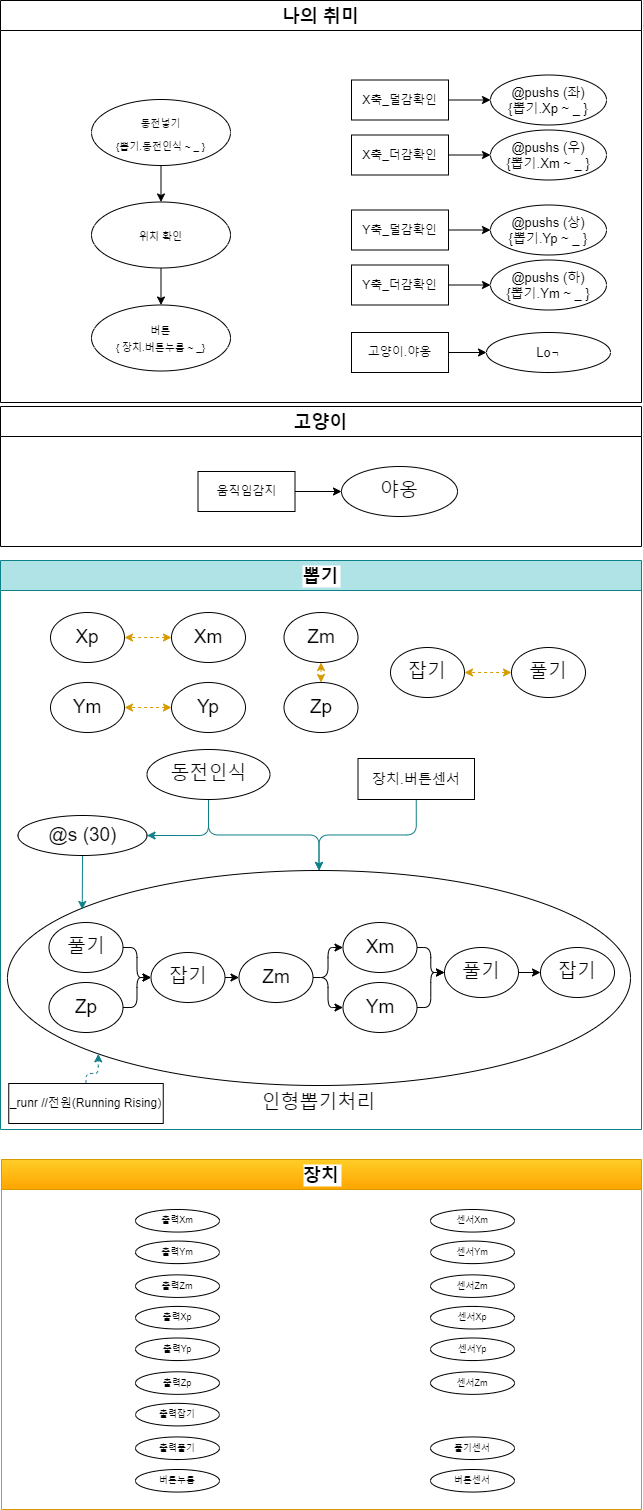
Earlier version of the draw.io export MySystem/png/my4.dio.png (DualsoftDev/ds). Source tidied: cells renumbered, new cells last; positions are measured from the earlier drawing's top-left corner, leaving out a move shared by most shapes.
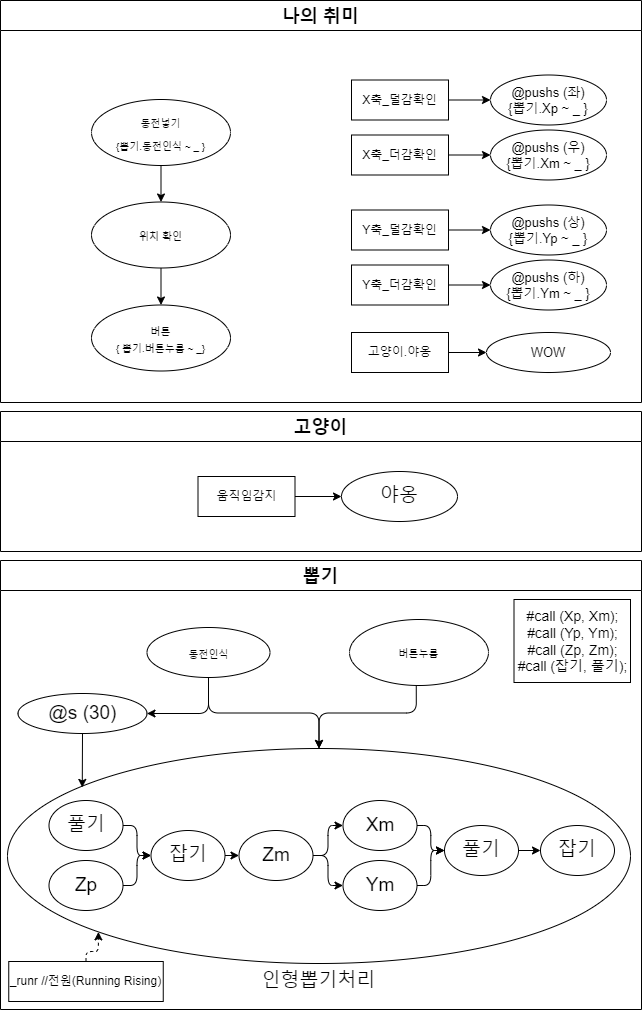
The same diagram one commit later.

What changed in the source:
```diff
@@ -2,65 +2,29 @@
   <root>
     <mxCell id="0" />
     <mxCell id="1" parent="0" />
-    <mxCell id="2" value="뽑기" style="swimlane;labelBackgroundColor=#FFFFFF;fontSize=18;startSize=30;fillColor=#b0e3e6;strokeColor=#0e8088;" parent="1" vertex="1">
-      <mxGeometry y="560" width="641" height="569" as="geometry" />
+    <mxCell id="2" value="뽑기" style="swimlane;labelBackgroundColor=#FFFFFF;fontSize=18;startSize=30;" parent="1" vertex="1">
+      <mxGeometry y="560" width="641" height="449" as="geometry" />
     </mxCell>
-    <mxCell id="3" style="edgeStyle=orthogonalEdgeStyle;html=1;exitX=0;exitY=0.5;exitDx=0;exitDy=0;dashed=1;entryX=1;entryY=0.5;entryDx=0;entryDy=0;startArrow=classic;startFill=1;fillColor=#ffcd28;gradientColor=#ffa500;strokeColor=#d79b00;" parent="2" edge="1" source="4" target="5">
-      <mxGeometry relative="1" as="geometry" />
-    </mxCell>
-    <mxCell id="4" value="Xm" style="ellipse;whiteSpace=wrap;html=1;labelBackgroundColor=#FFFFFF;fontColor=none;fontSize=19;" parent="2" vertex="1">
-      <mxGeometry x="171" y="52" width="74" height="50" as="geometry" />
-    </mxCell>
-    <mxCell id="5" value="Xp" style="ellipse;whiteSpace=wrap;html=1;labelBackgroundColor=#FFFFFF;fontColor=none;fontSize=19;" parent="2" vertex="1">
-      <mxGeometry x="50" y="52" width="74" height="50" as="geometry" />
-    </mxCell>
-    <mxCell id="6" style="edgeStyle=none;html=1;exitX=0.5;exitY=1;exitDx=0;exitDy=0;entryX=0.5;entryY=0;entryDx=0;entryDy=0;startArrow=classic;startFill=1;dashed=1;fillColor=#ffcd28;gradientColor=#ffa500;strokeColor=#d79b00;" parent="2" edge="1" source="7" target="8">
-      <mxGeometry relative="1" as="geometry" />
-    </mxCell>
-    <mxCell id="7" value="Zm" style="ellipse;whiteSpace=wrap;html=1;labelBackgroundColor=#FFFFFF;fontColor=none;fontSize=19;" parent="2" vertex="1">
-      <mxGeometry x="283.5" y="52" width="74" height="50" as="geometry" />
-    </mxCell>
-    <mxCell id="8" value="Zp" style="ellipse;whiteSpace=wrap;html=1;labelBackgroundColor=#FFFFFF;fontColor=none;fontSize=19;" parent="2" vertex="1">
-      <mxGeometry x="283.5" y="122" width="74" height="50" as="geometry" />
-    </mxCell>
     <mxCell id="9" value="인형뽑기처리" style="ellipse;whiteSpace=wrap;html=1;labelBackgroundColor=#FFFFFF;fontColor=none;fontSize=19;labelPosition=center;verticalLabelPosition=bottom;align=center;verticalAlign=top;" parent="2" vertex="1">
-      <mxGeometry x="7" y="310" width="623" height="215" as="geometry" />
+      <mxGeometry x="7" y="188" width="623" height="215" as="geometry" />
     </mxCell>
-    <mxCell id="10" value="풀기" style="ellipse;whiteSpace=wrap;html=1;labelBackgroundColor=#FFFFFF;fontColor=none;fontSize=19;" parent="2" vertex="1">
-      <mxGeometry x="511" y="87" width="74" height="50" as="geometry" />
-    </mxCell>
-    <mxCell id="11" value="잡기" style="ellipse;whiteSpace=wrap;html=1;labelBackgroundColor=#FFFFFF;fontColor=none;fontSize=19;" parent="2" vertex="1">
-      <mxGeometry x="390" y="87" width="74" height="50" as="geometry" />
-    </mxCell>
-    <mxCell id="12" style="edgeStyle=orthogonalEdgeStyle;html=1;exitX=0;exitY=0.5;exitDx=0;exitDy=0;dashed=1;entryX=1;entryY=0.5;entryDx=0;entryDy=0;startArrow=classic;startFill=1;fillColor=#ffcd28;gradientColor=#ffa500;strokeColor=#d79b00;" parent="2" edge="1" source="10" target="11">
-      <mxGeometry relative="1" as="geometry" />
-    </mxCell>
-    <mxCell id="13" value="Yp" style="ellipse;whiteSpace=wrap;html=1;labelBackgroundColor=#FFFFFF;fontColor=none;fontSize=19;" parent="2" vertex="1">
-      <mxGeometry x="171" y="122" width="74" height="50" as="geometry" />
-    </mxCell>
-    <mxCell id="14" value="Ym" style="ellipse;whiteSpace=wrap;html=1;labelBackgroundColor=#FFFFFF;fontColor=none;fontSize=19;" parent="2" vertex="1">
-      <mxGeometry x="50" y="122" width="74" height="50" as="geometry" />
-    </mxCell>
-    <mxCell id="15" style="edgeStyle=orthogonalEdgeStyle;html=1;exitX=0;exitY=0.5;exitDx=0;exitDy=0;dashed=1;entryX=1;entryY=0.5;entryDx=0;entryDy=0;startArrow=classic;startFill=1;fillColor=#ffcd28;gradientColor=#ffa500;strokeColor=#d79b00;" parent="2" edge="1" source="13" target="14">
-      <mxGeometry relative="1" as="geometry" />
-    </mxCell>
     <mxCell id="16" style="edgeStyle=orthogonalEdgeStyle;html=1;exitX=1;exitY=0.5;exitDx=0;exitDy=0;entryX=0;entryY=0.5;entryDx=0;entryDy=0;startArrow=none;startFill=0;" parent="2" edge="1" source="17" target="21">
       <mxGeometry relative="1" as="geometry" />
     </mxCell>
     <mxCell id="17" value="풀기" style="ellipse;whiteSpace=wrap;html=1;labelBackgroundColor=#FFFFFF;fontColor=none;fontSize=19;" parent="2" vertex="1">
-      <mxGeometry x="48.5" y="362" width="74" height="50" as="geometry" />
+      <mxGeometry x="48.5" y="240" width="74" height="50" as="geometry" />
     </mxCell>
     <mxCell id="18" style="edgeStyle=orthogonalEdgeStyle;html=1;exitX=1;exitY=0.5;exitDx=0;exitDy=0;entryX=0;entryY=0.5;entryDx=0;entryDy=0;startArrow=none;startFill=0;" parent="2" edge="1" source="19" target="21">
       <mxGeometry relative="1" as="geometry" />
     </mxCell>
     <mxCell id="19" value="Zp" style="ellipse;whiteSpace=wrap;html=1;labelBackgroundColor=#FFFFFF;fontColor=none;fontSize=19;" parent="2" vertex="1">
-      <mxGeometry x="48.5" y="422" width="74" height="50" as="geometry" />
+      <mxGeometry x="48.5" y="300" width="74" height="50" as="geometry" />
     </mxCell>
     <mxCell id="20" style="edgeStyle=orthogonalEdgeStyle;html=1;exitX=1;exitY=0.5;exitDx=0;exitDy=0;entryX=0;entryY=0.5;entryDx=0;entryDy=0;startArrow=none;startFill=0;" parent="2" edge="1" source="21" target="24">
       <mxGeometry relative="1" as="geometry" />
     </mxCell>
     <mxCell id="21" value="잡기" style="ellipse;whiteSpace=wrap;html=1;labelBackgroundColor=#FFFFFF;fontColor=none;fontSize=19;" parent="2" vertex="1">
-      <mxGeometry x="150.5" y="392" width="74" height="50" as="geometry" />
+      <mxGeometry x="150.5" y="270" width="74" height="50" as="geometry" />
     </mxCell>
     <mxCell id="22" style="edgeStyle=orthogonalEdgeStyle;html=1;exitX=1;exitY=0.5;exitDx=0;exitDy=0;entryX=0;entryY=0.5;entryDx=0;entryDy=0;startArrow=none;startFill=0;" parent="2" edge="1" source="24" target="26">
       <mxGeometry relative="1" as="geometry" />
@@ -69,56 +33,61 @@
       <mxGeometry relative="1" as="geometry" />
     </mxCell>
     <mxCell id="24" value="Zm" style="ellipse;whiteSpace=wrap;html=1;labelBackgroundColor=#FFFFFF;fontColor=none;fontSize=19;" parent="2" vertex="1">
-      <mxGeometry x="238.5" y="392" width="74" height="50" as="geometry" />
+      <mxGeometry x="238.5" y="270" width="74" height="50" as="geometry" />
     </mxCell>
     <mxCell id="25" style="edgeStyle=orthogonalEdgeStyle;html=1;exitX=1;exitY=0.5;exitDx=0;exitDy=0;entryX=0;entryY=0.5;entryDx=0;entryDy=0;startArrow=none;startFill=0;" parent="2" edge="1" source="26" target="30">
       <mxGeometry relative="1" as="geometry" />
     </mxCell>
     <mxCell id="26" value="Xm" style="ellipse;whiteSpace=wrap;html=1;labelBackgroundColor=#FFFFFF;fontColor=none;fontSize=19;" parent="2" vertex="1">
-      <mxGeometry x="342.5" y="362" width="74" height="50" as="geometry" />
+      <mxGeometry x="342.5" y="240" width="74" height="50" as="geometry" />
     </mxCell>
     <mxCell id="27" style="edgeStyle=orthogonalEdgeStyle;html=1;exitX=1;exitY=0.5;exitDx=0;exitDy=0;entryX=0;entryY=0.5;entryDx=0;entryDy=0;startArrow=none;startFill=0;" parent="2" edge="1" source="28" target="30">
       <mxGeometry relative="1" as="geometry" />
     </mxCell>
     <mxCell id="28" value="Ym" style="ellipse;whiteSpace=wrap;html=1;labelBackgroundColor=#FFFFFF;fontColor=none;fontSize=19;" parent="2" vertex="1">
-      <mxGeometry x="342.5" y="422" width="74" height="50" as="geometry" />
+      <mxGeometry x="342.5" y="300" width="74" height="50" as="geometry" />
     </mxCell>
     <mxCell id="29" style="edgeStyle=orthogonalEdgeStyle;html=1;exitX=1;exitY=0.5;exitDx=0;exitDy=0;entryX=0;entryY=0.5;entryDx=0;entryDy=0;startArrow=none;startFill=0;" parent="2" edge="1" source="30" target="31">
       <mxGeometry relative="1" as="geometry" />
     </mxCell>
     <mxCell id="30" value="풀기" style="ellipse;whiteSpace=wrap;html=1;labelBackgroundColor=#FFFFFF;fontColor=none;fontSize=19;" parent="2" vertex="1">
-      <mxGeometry x="444" y="387" width="74" height="50" as="geometry" />
+      <mxGeometry x="444" y="265" width="74" height="50" as="geometry" />
     </mxCell>
     <mxCell id="31" value="잡기" style="ellipse;whiteSpace=wrap;html=1;labelBackgroundColor=#FFFFFF;fontColor=none;fontSize=19;" parent="2" vertex="1">
-      <mxGeometry x="540" y="387" width="74" height="50" as="geometry" />
+      <mxGeometry x="540" y="265" width="74" height="50" as="geometry" />
     </mxCell>
-    <mxCell id="32" style="edgeStyle=orthogonalEdgeStyle;html=1;exitX=0.5;exitY=0;exitDx=0;exitDy=0;entryX=0;entryY=1;entryDx=0;entryDy=0;startArrow=none;startFill=0;dashed=1;fillColor=#b0e3e6;strokeColor=#0e8088;" parent="2" edge="1" source="33" target="9">
+    <mxCell id="32" style="edgeStyle=orthogonalEdgeStyle;html=1;exitX=0.5;exitY=0;exitDx=0;exitDy=0;entryX=0;entryY=1;entryDx=0;entryDy=0;startArrow=none;startFill=0;dashed=1;" parent="2" edge="1" source="33" target="9">
       <mxGeometry relative="1" as="geometry" />
     </mxCell>
     <mxCell id="33" value="_runr //전원(Running Rising)" style="rounded=0;whiteSpace=wrap;html=1;" parent="2" vertex="1">
-      <mxGeometry x="8.2" y="523" width="154.5" height="40" as="geometry" />
+      <mxGeometry x="8.2" y="401" width="154.5" height="40" as="geometry" />
     </mxCell>
-    <mxCell id="34" style="edgeStyle=orthogonalEdgeStyle;html=1;exitX=0.5;exitY=1;exitDx=0;exitDy=0;entryX=0.5;entryY=0;entryDx=0;entryDy=0;fontSize=14;fillColor=#b0e3e6;strokeColor=#0e8088;" parent="2" edge="1" source="40" target="9">
-      <mxGeometry relative="1" as="geometry" />
+    <mxCell id="34" style="edgeStyle=orthogonalEdgeStyle;html=1;exitX=0.5;exitY=1;exitDx=0;exitDy=0;entryX=0.5;entryY=0;entryDx=0;entryDy=0;fontSize=14;" parent="2" edge="1" target="9">
+      <mxGeometry relative="1" as="geometry">
+        <mxPoint x="415.8" y="117" as="sourcePoint" />
+      </mxGeometry>
     </mxCell>
-    <mxCell id="35" style="edgeStyle=none;html=1;exitX=0.5;exitY=1;exitDx=0;exitDy=0;entryX=0.12;entryY=0.181;entryDx=0;entryDy=0;fontSize=14;fillColor=#b0e3e6;strokeColor=#0e8088;entryPerimeter=0;" parent="2" edge="1" source="36" target="9">
+    <mxCell id="35" style="edgeStyle=none;html=1;exitX=0.5;exitY=1;exitDx=0;exitDy=0;entryX=0.12;entryY=0.181;entryDx=0;entryDy=0;fontSize=14;entryPerimeter=0;" parent="2" edge="1" source="36" target="9">
       <mxGeometry relative="1" as="geometry" />
     </mxCell>
     <mxCell id="36" value="@s (30)" style="ellipse;whiteSpace=wrap;html=1;labelBackgroundColor=#FFFFFF;fontColor=none;fontSize=19;" parent="2" vertex="1">
-      <mxGeometry x="17.5" y="255" width="129" height="40" as="geometry" />
+      <mxGeometry x="17.5" y="133" width="129" height="40" as="geometry" />
     </mxCell>
-    <mxCell id="37" style="edgeStyle=orthogonalEdgeStyle;html=1;exitX=0.5;exitY=1;exitDx=0;exitDy=0;entryX=0.5;entryY=0;entryDx=0;entryDy=0;fontSize=14;fillColor=#b0e3e6;strokeColor=#0e8088;" parent="2" edge="1" source="39" target="9">
+    <mxCell id="37" style="edgeStyle=orthogonalEdgeStyle;html=1;exitX=0.5;exitY=1;exitDx=0;exitDy=0;entryX=0.5;entryY=0;entryDx=0;entryDy=0;fontSize=14;" parent="2" edge="1" source="39" target="9">
       <mxGeometry relative="1" as="geometry" />
     </mxCell>
-    <mxCell id="38" style="edgeStyle=orthogonalEdgeStyle;html=1;exitX=0.5;exitY=1;exitDx=0;exitDy=0;fontSize=14;entryX=1;entryY=0.5;entryDx=0;entryDy=0;fillColor=#b0e3e6;strokeColor=#0e8088;" parent="2" edge="1" source="39" target="36">
+    <mxCell id="38" style="edgeStyle=orthogonalEdgeStyle;html=1;exitX=0.5;exitY=1;exitDx=0;exitDy=0;fontSize=14;entryX=1;entryY=0.5;entryDx=0;entryDy=0;" parent="2" edge="1" source="39" target="36">
       <mxGeometry relative="1" as="geometry" />
     </mxCell>
-    <mxCell id="39" value="동전인식" style="ellipse;whiteSpace=wrap;html=1;labelBackgroundColor=#FFFFFF;fontColor=none;fontSize=19;" parent="2" vertex="1">
-      <mxGeometry x="146.5" y="189" width="123" height="50" as="geometry" />
+    <mxCell id="39" value="&lt;span style=&quot;font-size: 10px&quot;&gt;동전인식&lt;/span&gt;" style="ellipse;whiteSpace=wrap;html=1;labelBackgroundColor=#FFFFFF;fontColor=none;fontSize=19;" parent="2" vertex="1">
+      <mxGeometry x="146.5" y="67" width="123" height="50" as="geometry" />
     </mxCell>
-    <mxCell id="40" value="장치.버튼센서" style="rounded=0;whiteSpace=wrap;html=1;fontSize=14;" parent="2" vertex="1">
-      <mxGeometry x="357.5" y="198" width="116.5" height="41" as="geometry" />
-    </mxCell>
+    <mxCell id="85" value="#call (Xp, Xm);&lt;br&gt;#call (Yp, Ym);&lt;br&gt;#call (Zp, Zm);&lt;br&gt;#call (잡기, 풀기);&lt;br&gt;" style="rounded=0;whiteSpace=wrap;html=1;fontSize=14;" parent="2" vertex="1">
+      <mxGeometry x="513.5" y="39" width="116.5" height="83" as="geometry" />
+    </mxCell>
+    <mxCell id="67" value="&lt;span style=&quot;font-size: 10px&quot;&gt;버튼누름&lt;/span&gt;" style="ellipse;whiteSpace=wrap;html=1;labelBackgroundColor=#FFFFFF;fontColor=none;fontSize=14;" parent="2" vertex="1">
+      <mxGeometry x="349" y="59" width="139" height="66" as="geometry" />
+    </mxCell>
     <mxCell id="41" value="나의 취미" style="swimlane;labelBackgroundColor=#FFFFFF;fontColor=none;fontSize=18;startSize=30;" parent="1" vertex="1">
       <mxGeometry width="641" height="402" as="geometry" />
     </mxCell>
@@ -170,7 +139,7 @@
     <mxCell id="57" value="고양이.야옹" style="rounded=0;whiteSpace=wrap;html=1;" parent="41" vertex="1">
       <mxGeometry x="351" y="332" width="97" height="40" as="geometry" />
     </mxCell>
-    <mxCell id="58" value="Lo&lt;font style=&quot;font-size: 9px&quot;&gt;ㄱ&lt;/font&gt;" style="ellipse;whiteSpace=wrap;html=1;labelBackgroundColor=#FFFFFF;fontColor=none;fontSize=13;" parent="41" vertex="1">
+    <mxCell id="58" value="WOW" style="ellipse;whiteSpace=wrap;html=1;labelBackgroundColor=#FFFFFF;fontColor=none;fontSize=13;" parent="41" vertex="1">
       <mxGeometry x="486" y="332" width="124" height="40" as="geometry" />
     </mxCell>
     <mxCell id="59" style="edgeStyle=orthogonalEdgeStyle;html=1;exitX=0.5;exitY=1;exitDx=0;exitDy=0;entryX=0.5;entryY=0;entryDx=0;entryDy=0;fontSize=10;" parent="41" edge="1" source="60" target="55">
@@ -179,11 +148,11 @@
     <mxCell id="60" value="&lt;font style=&quot;font-size: 10px&quot;&gt;동전넣기&lt;br&gt;{뽑기.동전인식 ~ _ }&lt;br&gt;&lt;/font&gt;" style="ellipse;whiteSpace=wrap;html=1;labelBackgroundColor=#FFFFFF;fontColor=none;fontSize=19;" parent="41" vertex="1">
       <mxGeometry x="91" y="99" width="139" height="66" as="geometry" />
     </mxCell>
-    <mxCell id="61" value="&lt;font style=&quot;font-size: 10px&quot;&gt;버튼&lt;br&gt;{ 장치.버튼누름 ~ _}&lt;/font&gt;" style="ellipse;whiteSpace=wrap;html=1;labelBackgroundColor=#FFFFFF;fontColor=none;fontSize=14;" parent="41" vertex="1">
+    <mxCell id="61" value="&lt;font style=&quot;font-size: 10px&quot;&gt;버튼&lt;br&gt;{ 뽑기.버튼누름 ~ _}&lt;/font&gt;" style="ellipse;whiteSpace=wrap;html=1;labelBackgroundColor=#FFFFFF;fontColor=none;fontSize=14;" parent="41" vertex="1">
       <mxGeometry x="91" y="304.5" width="139" height="66" as="geometry" />
     </mxCell>
     <mxCell id="62" value="고양이" style="swimlane;labelBackgroundColor=#FFFFFF;fontColor=none;fontSize=18;startSize=30;" parent="1" vertex="1">
-      <mxGeometry y="406" width="641" height="140" as="geometry" />
+      <mxGeometry y="411" width="641" height="140" as="geometry" />
     </mxCell>
     <mxCell id="63" value="움직임감지" style="rounded=0;whiteSpace=wrap;html=1;" parent="62" vertex="1">
       <mxGeometry x="197.5" y="65" width="97" height="40" as="geometry" />
@@ -194,62 +163,5 @@
     <mxCell id="65" style="edgeStyle=orthogonalEdgeStyle;html=1;exitX=1;exitY=0.5;exitDx=0;exitDy=0;startArrow=none;startFill=0;" parent="62" edge="1" source="63" target="64">
       <mxGeometry relative="1" as="geometry" />
     </mxCell>
-    <mxCell id="66" value="장치" style="swimlane;labelBackgroundColor=#FFFFFF;fontSize=18;startSize=30;fillColor=#ffcd28;strokeColor=#d79b00;gradientColor=#ffa500;" parent="1" vertex="1">
-      <mxGeometry x="1" y="1159" width="640" height="350" as="geometry" />
-    </mxCell>
-    <mxCell id="67" value="버튼누름" style="ellipse;whiteSpace=wrap;html=1;labelBackgroundColor=#FFFFFF;fontColor=none;fontSize=9;" parent="66" vertex="1">
-      <mxGeometry x="134" y="310" width="84" height="22.5" as="geometry" />
-    </mxCell>
-    <mxCell id="68" value="버튼센서" style="ellipse;whiteSpace=wrap;html=1;labelBackgroundColor=#FFFFFF;fontColor=none;fontSize=9;" parent="66" vertex="1">
-      <mxGeometry x="429" y="310" width="84" height="22.5" as="geometry" />
-    </mxCell>
-    <mxCell id="69" style="group;" parent="1" vertex="1">
-      <mxGeometry x="135" y="1209" width="379" height="250" as="geometry" />
-    </mxCell>
-    <mxCell id="70" value="출력Xp" style="ellipse;whiteSpace=wrap;html=1;labelBackgroundColor=#FFFFFF;fontColor=none;fontSize=9;" parent="69" vertex="1">
-      <mxGeometry y="96.9" width="84" height="22.5" as="geometry" />
-    </mxCell>
-    <mxCell id="71" value="출력Xm" style="ellipse;whiteSpace=wrap;html=1;labelBackgroundColor=#FFFFFF;fontColor=none;fontSize=9;" parent="69" vertex="1">
-      <mxGeometry width="84" height="22.5" as="geometry" />
-    </mxCell>
-    <mxCell id="72" value="출력Zm" style="ellipse;whiteSpace=wrap;html=1;labelBackgroundColor=#FFFFFF;fontColor=none;fontSize=9;" parent="69" vertex="1">
-      <mxGeometry y="65.4" width="84" height="22.5" as="geometry" />
-    </mxCell>
-    <mxCell id="73" value="출력Zp" style="ellipse;whiteSpace=wrap;html=1;labelBackgroundColor=#FFFFFF;fontColor=none;fontSize=9;" parent="69" vertex="1">
-      <mxGeometry y="162.3" width="84" height="22.5" as="geometry" />
-    </mxCell>
-    <mxCell id="74" value="출력풀기" style="ellipse;whiteSpace=wrap;html=1;labelBackgroundColor=#FFFFFF;fontColor=none;fontSize=9;" parent="69" vertex="1">
-      <mxGeometry y="227.5" width="84" height="22.5" as="geometry" />
-    </mxCell>
-    <mxCell id="75" value="출력잡기" style="ellipse;whiteSpace=wrap;html=1;labelBackgroundColor=#FFFFFF;fontColor=none;fontSize=9;" parent="69" vertex="1">
-      <mxGeometry y="193.9" width="84" height="22.5" as="geometry" />
-    </mxCell>
-    <mxCell id="76" value="출력Yp" style="ellipse;whiteSpace=wrap;html=1;labelBackgroundColor=#FFFFFF;fontColor=none;fontSize=9;" parent="69" vertex="1">
-      <mxGeometry y="128.5" width="84" height="22.5" as="geometry" />
-    </mxCell>
-    <mxCell id="77" value="출력Ym" style="ellipse;whiteSpace=wrap;html=1;labelBackgroundColor=#FFFFFF;fontColor=none;fontSize=9;" parent="69" vertex="1">
-      <mxGeometry y="31.6" width="84" height="22.5" as="geometry" />
-    </mxCell>
-    <mxCell id="78" value="센서Xp" style="ellipse;whiteSpace=wrap;html=1;labelBackgroundColor=#FFFFFF;fontColor=none;fontSize=9;" parent="69" vertex="1">
-      <mxGeometry x="295" y="96.9" width="84" height="22.5" as="geometry" />
-    </mxCell>
-    <mxCell id="79" value="센서Xm" style="ellipse;whiteSpace=wrap;html=1;labelBackgroundColor=#FFFFFF;fontColor=none;fontSize=9;" parent="69" vertex="1">
-      <mxGeometry x="295" width="84" height="22.5" as="geometry" />
-    </mxCell>
-    <mxCell id="80" value="센서Zm" style="ellipse;whiteSpace=wrap;html=1;labelBackgroundColor=#FFFFFF;fontColor=none;fontSize=9;" parent="69" vertex="1">
-      <mxGeometry x="295" y="65.4" width="84" height="22.5" as="geometry" />
-    </mxCell>
-    <mxCell id="81" value="센서Zm" style="ellipse;whiteSpace=wrap;html=1;labelBackgroundColor=#FFFFFF;fontColor=none;fontSize=9;" parent="69" vertex="1">
-      <mxGeometry x="295" y="162.3" width="84" height="22.5" as="geometry" />
-    </mxCell>
-    <mxCell id="82" value="풀기센서" style="ellipse;whiteSpace=wrap;html=1;labelBackgroundColor=#FFFFFF;fontColor=none;fontSize=9;" parent="69" vertex="1">
-      <mxGeometry x="295" y="227.5" width="84" height="22.5" as="geometry" />
-    </mxCell>
-    <mxCell id="83" value="센서Yp" style="ellipse;whiteSpace=wrap;html=1;labelBackgroundColor=#FFFFFF;fontColor=none;fontSize=9;" parent="69" vertex="1">
-      <mxGeometry x="295" y="128.5" width="84" height="22.5" as="geometry" />
-    </mxCell>
-    <mxCell id="84" value="센서Ym" style="ellipse;whiteSpace=wrap;html=1;labelBackgroundColor=#FFFFFF;fontColor=none;fontSize=9;" parent="69" vertex="1">
-      <mxGeometry x="295" y="31.6" width="84" height="22.5" as="geometry" />
-    </mxCell>
   </root>
 </mxGraphModel>
```
